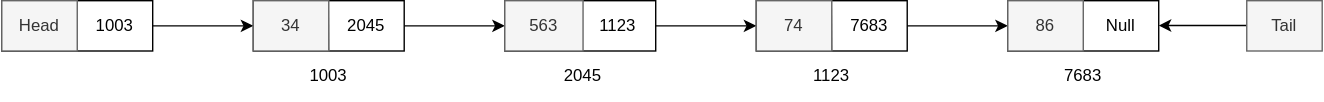
The draw.io diagram images/linked list/Single Linked List.svg in DeekshaPhaneendraReddyUmmadi/Data-Structures-And-Algorithms, before a commit. Source tidied: cells renumbered, new cells last; positions are measured from the earlier drawing's top-left corner, leaving out a move shared by most shapes. Its diagram source:
```xml
<mxGraphModel>
  <root>
    <mxCell id="0" />
    <mxCell id="1" parent="0" />
    <mxCell id="2" style="rounded=0;whiteSpace=wrap;html=1;" parent="1" vertex="1">
      <mxGeometry width="108" height="36" as="geometry" />
    </mxCell>
    <mxCell id="3" style="rounded=0;whiteSpace=wrap;html=1;" parent="1" vertex="1">
      <mxGeometry x="180" width="108" height="36" as="geometry" />
    </mxCell>
    <mxCell id="4" style="endArrow=classic;html=1;rounded=0;entryX=0;entryY=0.5;entryDx=0;entryDy=0;" parent="1" edge="1" target="3">
      <mxGeometry relative="1" as="geometry">
        <mxPoint x="108" y="18" as="sourcePoint" />
      </mxGeometry>
    </mxCell>
    <mxCell id="5" style="endArrow=none;html=1;rounded=0;exitX=0.5;exitY=1;exitDx=0;exitDy=0;fillColor=#f5f5f5;strokeColor=#666666;" parent="1" edge="1" source="2">
      <mxGeometry relative="1" as="geometry">
        <mxPoint x="53.7" as="targetPoint" />
      </mxGeometry>
    </mxCell>
    <mxCell id="6" style="endArrow=none;html=1;rounded=0;exitX=0.5;exitY=1;exitDx=0;exitDy=0;fillColor=#f5f5f5;strokeColor=#666666;" parent="1" edge="1">
      <mxGeometry relative="1" as="geometry">
        <mxPoint x="234" y="36" as="sourcePoint" />
        <mxPoint x="233.7" as="targetPoint" />
      </mxGeometry>
    </mxCell>
    <mxCell id="7" style="rounded=0;whiteSpace=wrap;html=1;" parent="1" vertex="1">
      <mxGeometry x="360" width="108" height="36" as="geometry" />
    </mxCell>
    <mxCell id="8" style="endArrow=classic;html=1;rounded=0;entryX=0;entryY=0.5;entryDx=0;entryDy=0;" parent="1" edge="1" target="7">
      <mxGeometry relative="1" as="geometry">
        <mxPoint x="288" y="18" as="sourcePoint" />
      </mxGeometry>
    </mxCell>
    <mxCell id="9" style="endArrow=none;html=1;rounded=0;exitX=0.5;exitY=1;exitDx=0;exitDy=0;fillColor=#f5f5f5;strokeColor=#666666;" parent="1" edge="1">
      <mxGeometry relative="1" as="geometry">
        <mxPoint x="414" y="36" as="sourcePoint" />
        <mxPoint x="413.7" as="targetPoint" />
      </mxGeometry>
    </mxCell>
    <mxCell id="10" style="rounded=0;whiteSpace=wrap;html=1;" parent="1" vertex="1">
      <mxGeometry x="540" width="108" height="36" as="geometry" />
    </mxCell>
    <mxCell id="11" style="endArrow=classic;html=1;rounded=0;entryX=0;entryY=0.5;entryDx=0;entryDy=0;" parent="1" edge="1" target="10">
      <mxGeometry relative="1" as="geometry">
        <mxPoint x="468" y="18" as="sourcePoint" />
      </mxGeometry>
    </mxCell>
    <mxCell id="12" style="endArrow=none;html=1;rounded=0;exitX=0.5;exitY=1;exitDx=0;exitDy=0;fillColor=#f5f5f5;strokeColor=#666666;" parent="1" edge="1">
      <mxGeometry relative="1" as="geometry">
        <mxPoint x="594" y="36" as="sourcePoint" />
        <mxPoint x="593.7" as="targetPoint" />
      </mxGeometry>
    </mxCell>
    <mxCell id="13" style="rounded=0;whiteSpace=wrap;html=1;" parent="1" vertex="1">
      <mxGeometry x="720" width="108" height="36" as="geometry" />
    </mxCell>
    <mxCell id="14" style="endArrow=classic;html=1;rounded=0;entryX=0;entryY=0.5;entryDx=0;entryDy=0;" parent="1" edge="1" target="13">
      <mxGeometry relative="1" as="geometry">
        <mxPoint x="648" y="18" as="sourcePoint" />
      </mxGeometry>
    </mxCell>
    <mxCell id="15" style="endArrow=none;html=1;rounded=0;exitX=0.5;exitY=1;exitDx=0;exitDy=0;fillColor=#f5f5f5;strokeColor=#666666;" parent="1" edge="1">
      <mxGeometry relative="1" as="geometry">
        <mxPoint x="774" y="36" as="sourcePoint" />
        <mxPoint x="773.7" as="targetPoint" />
      </mxGeometry>
    </mxCell>
    <mxCell id="16" value="Head" style="text;html=1;align=center;verticalAlign=middle;whiteSpace=wrap;rounded=0;fillColor=#f5f5f5;fontColor=#333333;strokeColor=#666666;" parent="1" vertex="1">
      <mxGeometry width="54" height="36" as="geometry" />
    </mxCell>
    <mxCell id="17" value="1003" style="text;html=1;align=center;verticalAlign=middle;whiteSpace=wrap;rounded=0;" parent="1" vertex="1">
      <mxGeometry x="207" y="36" width="54" height="36" as="geometry" />
    </mxCell>
    <mxCell id="18" value="2045" style="text;html=1;align=center;verticalAlign=middle;whiteSpace=wrap;rounded=0;" parent="1" vertex="1">
      <mxGeometry x="389" y="36" width="54" height="36" as="geometry" />
    </mxCell>
    <mxCell id="19" value="1123" style="text;html=1;align=center;verticalAlign=middle;whiteSpace=wrap;rounded=0;" parent="1" vertex="1">
      <mxGeometry x="567" y="36" width="54" height="36" as="geometry" />
    </mxCell>
    <mxCell id="20" value="7683" style="text;html=1;align=center;verticalAlign=middle;whiteSpace=wrap;rounded=0;" parent="1" vertex="1">
      <mxGeometry x="747" y="36" width="54" height="36" as="geometry" />
    </mxCell>
    <mxCell id="21" value="7683" style="text;html=1;align=center;verticalAlign=middle;whiteSpace=wrap;rounded=0;" parent="1" vertex="1">
      <mxGeometry x="594" width="54" height="36" as="geometry" />
    </mxCell>
    <mxCell id="22" value="1123" style="text;html=1;align=center;verticalAlign=middle;whiteSpace=wrap;rounded=0;" parent="1" vertex="1">
      <mxGeometry x="414" width="54" height="36" as="geometry" />
    </mxCell>
    <mxCell id="23" value="2045" style="text;html=1;align=center;verticalAlign=middle;whiteSpace=wrap;rounded=0;" parent="1" vertex="1">
      <mxGeometry x="234" width="54" height="36" as="geometry" />
    </mxCell>
    <mxCell id="24" value="1003" style="text;html=1;align=center;verticalAlign=middle;whiteSpace=wrap;rounded=0;" parent="1" vertex="1">
      <mxGeometry x="54" width="54" height="36" as="geometry" />
    </mxCell>
    <mxCell id="25" value="Null" style="text;html=1;align=center;verticalAlign=middle;whiteSpace=wrap;rounded=0;" parent="1" vertex="1">
      <mxGeometry x="774" width="54" height="36" as="geometry" />
    </mxCell>
    <mxCell id="26" style="endArrow=classic;html=1;rounded=0;" parent="1" edge="1">
      <mxGeometry relative="1" as="geometry">
        <mxPoint x="900" y="17.8" as="sourcePoint" />
        <mxPoint x="828" y="17.8" as="targetPoint" />
      </mxGeometry>
    </mxCell>
    <mxCell id="27" value="Tail" style="text;html=1;align=center;verticalAlign=middle;whiteSpace=wrap;rounded=0;fillColor=#f5f5f5;fontColor=#333333;strokeColor=#666666;" parent="1" vertex="1">
      <mxGeometry x="891" width="54" height="36" as="geometry" />
    </mxCell>
    <mxCell id="28" value="74" style="text;html=1;align=center;verticalAlign=middle;whiteSpace=wrap;rounded=0;fillColor=#f5f5f5;fontColor=#333333;strokeColor=#666666;" parent="1" vertex="1">
      <mxGeometry x="540" width="54" height="36" as="geometry" />
    </mxCell>
    <mxCell id="29" value="563" style="text;html=1;align=center;verticalAlign=middle;whiteSpace=wrap;rounded=0;fillColor=#f5f5f5;fontColor=#333333;strokeColor=#666666;" parent="1" vertex="1">
      <mxGeometry x="360" width="56" height="36" as="geometry" />
    </mxCell>
    <mxCell id="30" value="34" style="text;html=1;align=center;verticalAlign=middle;whiteSpace=wrap;rounded=0;fillColor=#f5f5f5;fontColor=#333333;strokeColor=#666666;" parent="1" vertex="1">
      <mxGeometry x="180" width="54" height="36" as="geometry" />
    </mxCell>
    <mxCell id="31" value="86" style="text;html=1;align=center;verticalAlign=middle;whiteSpace=wrap;rounded=0;fillColor=#f5f5f5;fontColor=#333333;strokeColor=#666666;" parent="1" vertex="1">
      <mxGeometry x="720" width="54" height="36" as="geometry" />
    </mxCell>
  </root>
</mxGraphModel>
```
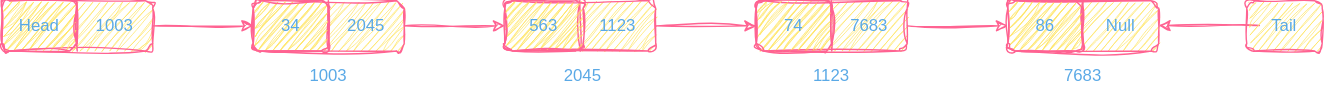
After the change.

Diff of the diagram source:
```diff
@@ -2,119 +2,119 @@
   <root>
     <mxCell id="0" />
     <mxCell id="1" parent="0" />
-    <mxCell id="2" style="rounded=0;whiteSpace=wrap;html=1;" parent="1" vertex="1">
+    <mxCell id="2" style="rounded=1;whiteSpace=wrap;html=1;sketch=1;curveFitting=1;jiggle=2;labelBackgroundColor=none;fillColor=#FFE45E;strokeColor=#FF6392;fontColor=#5AA9E6;" parent="1" vertex="1">
       <mxGeometry width="108" height="36" as="geometry" />
     </mxCell>
-    <mxCell id="3" style="rounded=0;whiteSpace=wrap;html=1;" parent="1" vertex="1">
+    <mxCell id="3" style="rounded=1;whiteSpace=wrap;html=1;sketch=1;curveFitting=1;jiggle=2;labelBackgroundColor=none;fillColor=#FFE45E;strokeColor=#FF6392;fontColor=#5AA9E6;" parent="1" vertex="1">
       <mxGeometry x="180" width="108" height="36" as="geometry" />
     </mxCell>
-    <mxCell id="4" style="endArrow=classic;html=1;rounded=0;entryX=0;entryY=0.5;entryDx=0;entryDy=0;" parent="1" edge="1" target="3">
+    <mxCell id="4" style="endArrow=classic;html=1;rounded=1;entryX=0;entryY=0.5;entryDx=0;entryDy=0;sketch=1;curveFitting=1;jiggle=2;labelBackgroundColor=none;strokeColor=#FF6392;fontColor=default;" parent="1" edge="1" target="3">
       <mxGeometry relative="1" as="geometry">
         <mxPoint x="108" y="18" as="sourcePoint" />
       </mxGeometry>
     </mxCell>
-    <mxCell id="5" style="endArrow=none;html=1;rounded=0;exitX=0.5;exitY=1;exitDx=0;exitDy=0;fillColor=#f5f5f5;strokeColor=#666666;" parent="1" edge="1" source="2">
+    <mxCell id="5" style="endArrow=none;html=1;rounded=1;exitX=0.5;exitY=1;exitDx=0;exitDy=0;fillColor=#FFE45E;strokeColor=#FF6392;sketch=1;curveFitting=1;jiggle=2;labelBackgroundColor=none;fontColor=default;" parent="1" edge="1" source="2">
       <mxGeometry relative="1" as="geometry">
         <mxPoint x="53.7" as="targetPoint" />
       </mxGeometry>
     </mxCell>
-    <mxCell id="6" style="endArrow=none;html=1;rounded=0;exitX=0.5;exitY=1;exitDx=0;exitDy=0;fillColor=#f5f5f5;strokeColor=#666666;" parent="1" edge="1">
+    <mxCell id="6" style="endArrow=none;html=1;rounded=1;exitX=0.5;exitY=1;exitDx=0;exitDy=0;fillColor=#FFE45E;strokeColor=#FF6392;sketch=1;curveFitting=1;jiggle=2;labelBackgroundColor=none;fontColor=default;" parent="1" edge="1">
       <mxGeometry relative="1" as="geometry">
         <mxPoint x="234" y="36" as="sourcePoint" />
         <mxPoint x="233.7" as="targetPoint" />
       </mxGeometry>
     </mxCell>
-    <mxCell id="7" style="rounded=0;whiteSpace=wrap;html=1;" parent="1" vertex="1">
+    <mxCell id="7" style="rounded=1;whiteSpace=wrap;html=1;sketch=1;curveFitting=1;jiggle=2;labelBackgroundColor=none;fillColor=#FFE45E;strokeColor=#FF6392;fontColor=#5AA9E6;" parent="1" vertex="1">
       <mxGeometry x="360" width="108" height="36" as="geometry" />
     </mxCell>
-    <mxCell id="8" style="endArrow=classic;html=1;rounded=0;entryX=0;entryY=0.5;entryDx=0;entryDy=0;" parent="1" edge="1" target="7">
+    <mxCell id="8" style="endArrow=classic;html=1;rounded=1;entryX=0;entryY=0.5;entryDx=0;entryDy=0;sketch=1;curveFitting=1;jiggle=2;labelBackgroundColor=none;strokeColor=#FF6392;fontColor=default;" parent="1" edge="1" target="7">
       <mxGeometry relative="1" as="geometry">
         <mxPoint x="288" y="18" as="sourcePoint" />
       </mxGeometry>
     </mxCell>
-    <mxCell id="9" style="endArrow=none;html=1;rounded=0;exitX=0.5;exitY=1;exitDx=0;exitDy=0;fillColor=#f5f5f5;strokeColor=#666666;" parent="1" edge="1">
+    <mxCell id="9" style="endArrow=none;html=1;rounded=1;exitX=0.5;exitY=1;exitDx=0;exitDy=0;fillColor=#FFE45E;strokeColor=#FF6392;sketch=1;curveFitting=1;jiggle=2;labelBackgroundColor=none;fontColor=default;" parent="1" edge="1">
       <mxGeometry relative="1" as="geometry">
         <mxPoint x="414" y="36" as="sourcePoint" />
         <mxPoint x="413.7" as="targetPoint" />
       </mxGeometry>
     </mxCell>
-    <mxCell id="10" style="rounded=0;whiteSpace=wrap;html=1;" parent="1" vertex="1">
+    <mxCell id="10" style="rounded=1;whiteSpace=wrap;html=1;sketch=1;curveFitting=1;jiggle=2;labelBackgroundColor=none;fillColor=#FFE45E;strokeColor=#FF6392;fontColor=#5AA9E6;" parent="1" vertex="1">
       <mxGeometry x="540" width="108" height="36" as="geometry" />
     </mxCell>
-    <mxCell id="11" style="endArrow=classic;html=1;rounded=0;entryX=0;entryY=0.5;entryDx=0;entryDy=0;" parent="1" edge="1" target="10">
+    <mxCell id="11" style="endArrow=classic;html=1;rounded=1;entryX=0;entryY=0.5;entryDx=0;entryDy=0;sketch=1;curveFitting=1;jiggle=2;labelBackgroundColor=none;strokeColor=#FF6392;fontColor=default;" parent="1" edge="1" target="10">
       <mxGeometry relative="1" as="geometry">
         <mxPoint x="468" y="18" as="sourcePoint" />
       </mxGeometry>
     </mxCell>
-    <mxCell id="12" style="endArrow=none;html=1;rounded=0;exitX=0.5;exitY=1;exitDx=0;exitDy=0;fillColor=#f5f5f5;strokeColor=#666666;" parent="1" edge="1">
+    <mxCell id="12" style="endArrow=none;html=1;rounded=1;exitX=0.5;exitY=1;exitDx=0;exitDy=0;fillColor=#FFE45E;strokeColor=#FF6392;sketch=1;curveFitting=1;jiggle=2;labelBackgroundColor=none;fontColor=default;" parent="1" edge="1">
       <mxGeometry relative="1" as="geometry">
         <mxPoint x="594" y="36" as="sourcePoint" />
         <mxPoint x="593.7" as="targetPoint" />
       </mxGeometry>
     </mxCell>
-    <mxCell id="13" style="rounded=0;whiteSpace=wrap;html=1;" parent="1" vertex="1">
+    <mxCell id="13" style="rounded=1;whiteSpace=wrap;html=1;sketch=1;curveFitting=1;jiggle=2;labelBackgroundColor=none;fillColor=#FFE45E;strokeColor=#FF6392;fontColor=#5AA9E6;" parent="1" vertex="1">
       <mxGeometry x="720" width="108" height="36" as="geometry" />
     </mxCell>
-    <mxCell id="14" style="endArrow=classic;html=1;rounded=0;entryX=0;entryY=0.5;entryDx=0;entryDy=0;" parent="1" edge="1" target="13">
+    <mxCell id="14" style="endArrow=classic;html=1;rounded=1;entryX=0;entryY=0.5;entryDx=0;entryDy=0;sketch=1;curveFitting=1;jiggle=2;labelBackgroundColor=none;strokeColor=#FF6392;fontColor=default;" parent="1" edge="1" target="13">
       <mxGeometry relative="1" as="geometry">
         <mxPoint x="648" y="18" as="sourcePoint" />
       </mxGeometry>
     </mxCell>
-    <mxCell id="15" style="endArrow=none;html=1;rounded=0;exitX=0.5;exitY=1;exitDx=0;exitDy=0;fillColor=#f5f5f5;strokeColor=#666666;" parent="1" edge="1">
+    <mxCell id="15" style="endArrow=none;html=1;rounded=1;exitX=0.5;exitY=1;exitDx=0;exitDy=0;fillColor=#FFE45E;strokeColor=#FF6392;sketch=1;curveFitting=1;jiggle=2;labelBackgroundColor=none;fontColor=default;" parent="1" edge="1">
       <mxGeometry relative="1" as="geometry">
         <mxPoint x="774" y="36" as="sourcePoint" />
         <mxPoint x="773.7" as="targetPoint" />
       </mxGeometry>
     </mxCell>
-    <mxCell id="16" value="Head" style="text;html=1;align=center;verticalAlign=middle;whiteSpace=wrap;rounded=0;fillColor=#f5f5f5;fontColor=#333333;strokeColor=#666666;" parent="1" vertex="1">
+    <mxCell id="16" value="Head" style="text;html=1;align=center;verticalAlign=middle;whiteSpace=wrap;rounded=1;fillColor=#FFE45E;fontColor=#5AA9E6;strokeColor=#FF6392;sketch=1;curveFitting=1;jiggle=2;labelBackgroundColor=none;" parent="1" vertex="1">
       <mxGeometry width="54" height="36" as="geometry" />
     </mxCell>
-    <mxCell id="17" value="1003" style="text;html=1;align=center;verticalAlign=middle;whiteSpace=wrap;rounded=0;" parent="1" vertex="1">
+    <mxCell id="17" value="1003" style="text;html=1;align=center;verticalAlign=middle;whiteSpace=wrap;rounded=1;sketch=1;curveFitting=1;jiggle=2;labelBackgroundColor=none;fontColor=#5AA9E6;" parent="1" vertex="1">
       <mxGeometry x="207" y="36" width="54" height="36" as="geometry" />
     </mxCell>
-    <mxCell id="18" value="2045" style="text;html=1;align=center;verticalAlign=middle;whiteSpace=wrap;rounded=0;" parent="1" vertex="1">
+    <mxCell id="18" value="2045" style="text;html=1;align=center;verticalAlign=middle;whiteSpace=wrap;rounded=1;sketch=1;curveFitting=1;jiggle=2;labelBackgroundColor=none;fontColor=#5AA9E6;" parent="1" vertex="1">
       <mxGeometry x="389" y="36" width="54" height="36" as="geometry" />
     </mxCell>
-    <mxCell id="19" value="1123" style="text;html=1;align=center;verticalAlign=middle;whiteSpace=wrap;rounded=0;" parent="1" vertex="1">
+    <mxCell id="19" value="1123" style="text;html=1;align=center;verticalAlign=middle;whiteSpace=wrap;rounded=1;sketch=1;curveFitting=1;jiggle=2;labelBackgroundColor=none;fontColor=#5AA9E6;" parent="1" vertex="1">
       <mxGeometry x="567" y="36" width="54" height="36" as="geometry" />
     </mxCell>
-    <mxCell id="20" value="7683" style="text;html=1;align=center;verticalAlign=middle;whiteSpace=wrap;rounded=0;" parent="1" vertex="1">
+    <mxCell id="20" value="7683" style="text;html=1;align=center;verticalAlign=middle;whiteSpace=wrap;rounded=1;sketch=1;curveFitting=1;jiggle=2;labelBackgroundColor=none;fontColor=#5AA9E6;" parent="1" vertex="1">
       <mxGeometry x="747" y="36" width="54" height="36" as="geometry" />
     </mxCell>
-    <mxCell id="21" value="7683" style="text;html=1;align=center;verticalAlign=middle;whiteSpace=wrap;rounded=0;" parent="1" vertex="1">
+    <mxCell id="21" value="7683" style="text;html=1;align=center;verticalAlign=middle;whiteSpace=wrap;rounded=1;sketch=1;curveFitting=1;jiggle=2;labelBackgroundColor=none;fontColor=#5AA9E6;" parent="1" vertex="1">
       <mxGeometry x="594" width="54" height="36" as="geometry" />
     </mxCell>
-    <mxCell id="22" value="1123" style="text;html=1;align=center;verticalAlign=middle;whiteSpace=wrap;rounded=0;" parent="1" vertex="1">
+    <mxCell id="22" value="1123" style="text;html=1;align=center;verticalAlign=middle;whiteSpace=wrap;rounded=1;sketch=1;curveFitting=1;jiggle=2;labelBackgroundColor=none;fontColor=#5AA9E6;" parent="1" vertex="1">
       <mxGeometry x="414" width="54" height="36" as="geometry" />
     </mxCell>
-    <mxCell id="23" value="2045" style="text;html=1;align=center;verticalAlign=middle;whiteSpace=wrap;rounded=0;" parent="1" vertex="1">
+    <mxCell id="23" value="2045" style="text;html=1;align=center;verticalAlign=middle;whiteSpace=wrap;rounded=1;sketch=1;curveFitting=1;jiggle=2;labelBackgroundColor=none;fontColor=#5AA9E6;" parent="1" vertex="1">
       <mxGeometry x="234" width="54" height="36" as="geometry" />
     </mxCell>
-    <mxCell id="24" value="1003" style="text;html=1;align=center;verticalAlign=middle;whiteSpace=wrap;rounded=0;" parent="1" vertex="1">
+    <mxCell id="24" value="1003" style="text;html=1;align=center;verticalAlign=middle;whiteSpace=wrap;rounded=1;sketch=1;curveFitting=1;jiggle=2;labelBackgroundColor=none;fontColor=#5AA9E6;" parent="1" vertex="1">
       <mxGeometry x="54" width="54" height="36" as="geometry" />
     </mxCell>
-    <mxCell id="25" value="Null" style="text;html=1;align=center;verticalAlign=middle;whiteSpace=wrap;rounded=0;" parent="1" vertex="1">
+    <mxCell id="25" value="Null" style="text;html=1;align=center;verticalAlign=middle;whiteSpace=wrap;rounded=1;sketch=1;curveFitting=1;jiggle=2;labelBackgroundColor=none;fontColor=#5AA9E6;" parent="1" vertex="1">
       <mxGeometry x="774" width="54" height="36" as="geometry" />
     </mxCell>
-    <mxCell id="26" style="endArrow=classic;html=1;rounded=0;" parent="1" edge="1">
+    <mxCell id="26" style="endArrow=classic;html=1;rounded=1;sketch=1;curveFitting=1;jiggle=2;labelBackgroundColor=none;strokeColor=#FF6392;fontColor=default;" parent="1" edge="1">
       <mxGeometry relative="1" as="geometry">
         <mxPoint x="900" y="17.8" as="sourcePoint" />
         <mxPoint x="828" y="17.8" as="targetPoint" />
       </mxGeometry>
     </mxCell>
-    <mxCell id="27" value="Tail" style="text;html=1;align=center;verticalAlign=middle;whiteSpace=wrap;rounded=0;fillColor=#f5f5f5;fontColor=#333333;strokeColor=#666666;" parent="1" vertex="1">
+    <mxCell id="27" value="Tail" style="text;html=1;align=center;verticalAlign=middle;whiteSpace=wrap;rounded=1;fillColor=#FFE45E;fontColor=#5AA9E6;strokeColor=#FF6392;sketch=1;curveFitting=1;jiggle=2;labelBackgroundColor=none;" parent="1" vertex="1">
       <mxGeometry x="891" width="54" height="36" as="geometry" />
     </mxCell>
-    <mxCell id="28" value="74" style="text;html=1;align=center;verticalAlign=middle;whiteSpace=wrap;rounded=0;fillColor=#f5f5f5;fontColor=#333333;strokeColor=#666666;" parent="1" vertex="1">
+    <mxCell id="28" value="74" style="text;html=1;align=center;verticalAlign=middle;whiteSpace=wrap;rounded=1;fillColor=#FFE45E;fontColor=#5AA9E6;strokeColor=#FF6392;sketch=1;curveFitting=1;jiggle=2;labelBackgroundColor=none;" parent="1" vertex="1">
       <mxGeometry x="540" width="54" height="36" as="geometry" />
     </mxCell>
-    <mxCell id="29" value="563" style="text;html=1;align=center;verticalAlign=middle;whiteSpace=wrap;rounded=0;fillColor=#f5f5f5;fontColor=#333333;strokeColor=#666666;" parent="1" vertex="1">
+    <mxCell id="29" value="563" style="text;html=1;align=center;verticalAlign=middle;whiteSpace=wrap;rounded=1;fillColor=#FFE45E;fontColor=#5AA9E6;strokeColor=#FF6392;sketch=1;curveFitting=1;jiggle=2;labelBackgroundColor=none;" parent="1" vertex="1">
       <mxGeometry x="360" width="56" height="36" as="geometry" />
     </mxCell>
-    <mxCell id="30" value="34" style="text;html=1;align=center;verticalAlign=middle;whiteSpace=wrap;rounded=0;fillColor=#f5f5f5;fontColor=#333333;strokeColor=#666666;" parent="1" vertex="1">
+    <mxCell id="30" value="34" style="text;html=1;align=center;verticalAlign=middle;whiteSpace=wrap;rounded=1;fillColor=#FFE45E;fontColor=#5AA9E6;strokeColor=#FF6392;sketch=1;curveFitting=1;jiggle=2;labelBackgroundColor=none;" parent="1" vertex="1">
       <mxGeometry x="180" width="54" height="36" as="geometry" />
     </mxCell>
-    <mxCell id="31" value="86" style="text;html=1;align=center;verticalAlign=middle;whiteSpace=wrap;rounded=0;fillColor=#f5f5f5;fontColor=#333333;strokeColor=#666666;" parent="1" vertex="1">
+    <mxCell id="31" value="86" style="text;html=1;align=center;verticalAlign=middle;whiteSpace=wrap;rounded=1;fillColor=#FFE45E;fontColor=#5AA9E6;strokeColor=#FF6392;sketch=1;curveFitting=1;jiggle=2;labelBackgroundColor=none;" parent="1" vertex="1">
       <mxGeometry x="720" width="54" height="36" as="geometry" />
     </mxCell>
   </root>
```
